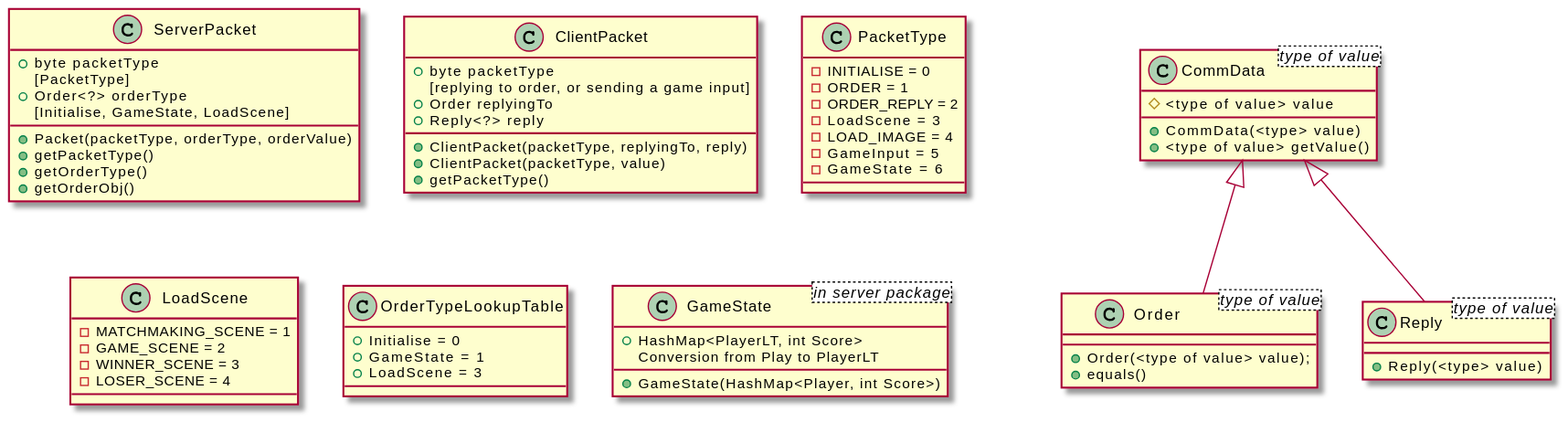
The PlantUML diagram Flowcharts/Rendered/DataPacketRedesign.svg in yashdwivedi/mavenproject1, before a commit.
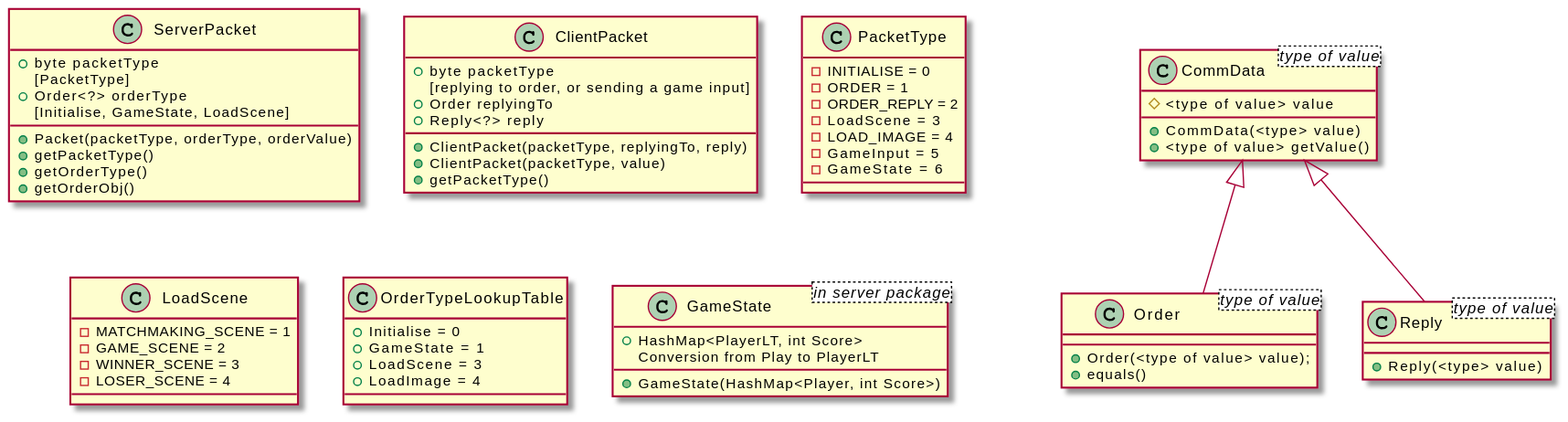
The same file after the commit.

Commit message:
🤖 Rendered PlantUML diagrams

The edit, as a diff of the source:
```diff
@@ -39,6 +39,7 @@
     + Initialise = 0
     + GameState = 1
     + LoadScene = 3
+    + LoadImage = 4
 }
 class CommData<type of value>{
     # <type of value> value
```
